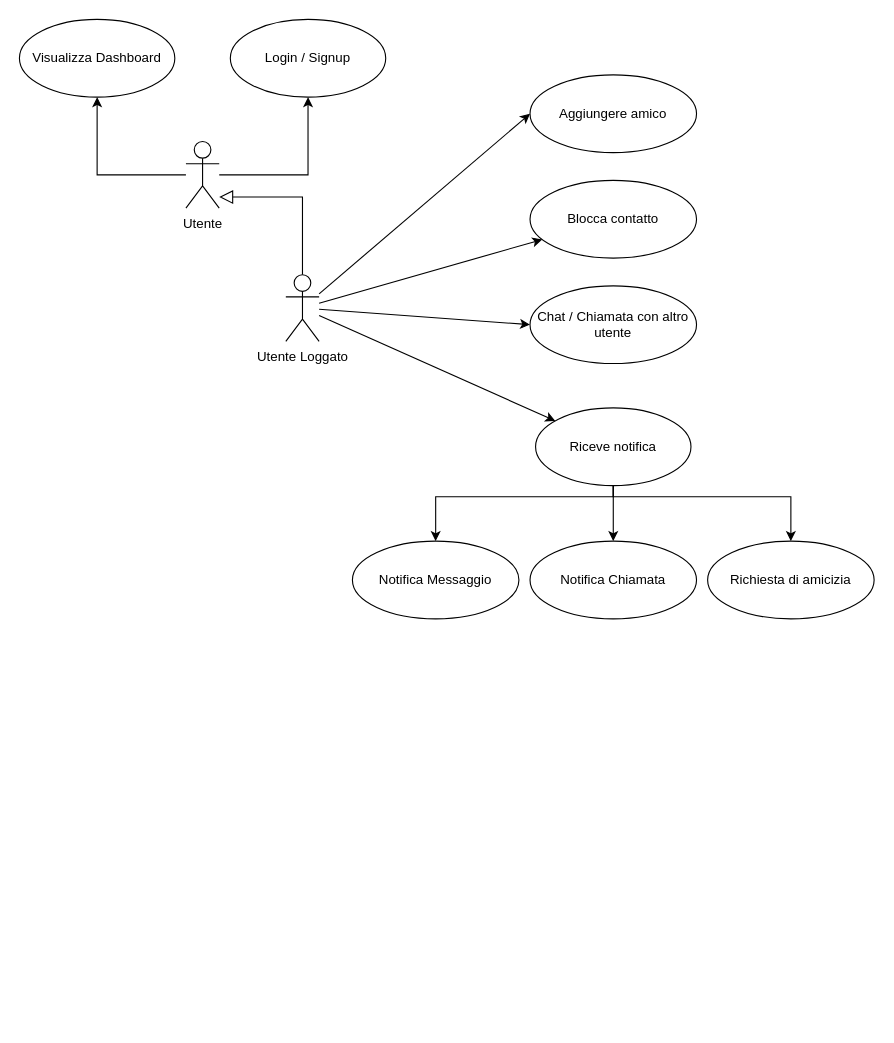
Above: resources/schema.drawio in zucchero-sintattico/piperchat (draw.io), before the change. Source tidied: cells renumbered, new cells numbered last; positions are measured from the earlier drawing's top-left corner, leaving out a move shared by most shapes. Both pictures are drawn from the tidied source at 111%, with x=0, y=0 at pixel (19, 19).
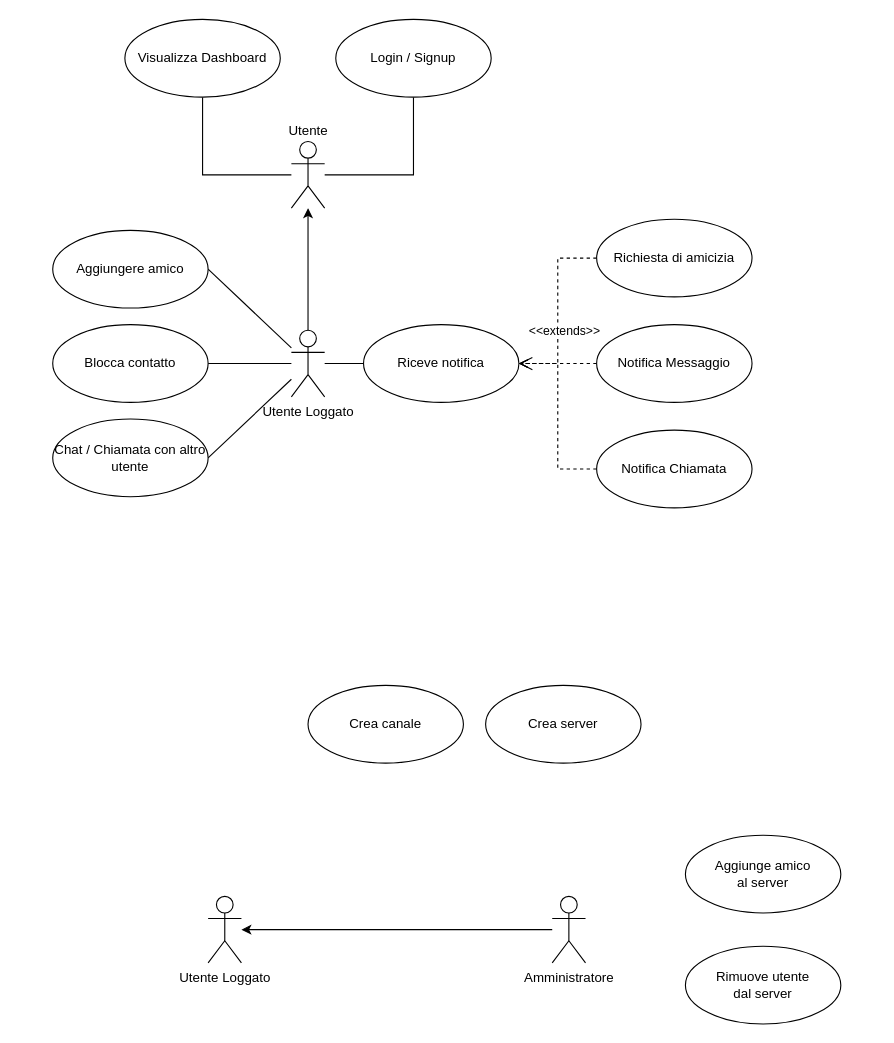
The same diagram, later.

Change to the diagram source:
```diff
@@
-    <mxCell id="2" style="edgeStyle=orthogonalEdgeStyle;rounded=0;jettySize=auto;html=1;endSize=10;endArrow=block;endFill=0;" parent="1" edge="1" source="7" target="12">
-      <mxGeometry relative="1" as="geometry">
-        <Array as="points">
-          <mxPoint x="255" y="160" />
-        </Array>
-      </mxGeometry>
+    <mxCell id="2" style="edgeStyle=orthogonalEdgeStyle;rounded=0;jettySize=auto;html=1;" parent="1" edge="1" source="7" target="12">
+      <mxGeometry relative="1" as="geometry" />
     </mxCell>
-    <mxCell id="3" style="rounded=0;jettySize=auto;html=1;entryX=0;entryY=0.5;entryDx=0;entryDy=0;" parent="1" edge="1" source="7" target="13">
+    <mxCell id="3" style="rounded=0;jettySize=auto;html=1;entryX=1;entryY=0.5;entryDx=0;entryDy=0;startSize=10;endSize=10;endArrow=none;endFill=0;" parent="1" edge="1" source="7" target="13">
       <mxGeometry relative="1" as="geometry" />
     </mxCell>
-    <mxCell id="4" style="rounded=0;jettySize=auto;html=1;" parent="1" edge="1" source="7" target="14">
+    <mxCell id="4" style="rounded=0;jettySize=auto;html=1;startSize=10;endSize=10;endArrow=none;endFill=0;" parent="1" edge="1" source="7" target="14">
       <mxGeometry relative="1" as="geometry" />
     </mxCell>
-    <mxCell id="5" style="rounded=0;jettySize=auto;html=1;entryX=0;entryY=0.5;entryDx=0;entryDy=0;" parent="1" edge="1" source="7" target="15">
+    <mxCell id="5" style="rounded=0;jettySize=auto;html=1;entryX=1;entryY=0.5;entryDx=0;entryDy=0;startSize=10;endSize=10;endArrow=none;endFill=0;" parent="1" edge="1" source="7" target="15">
       <mxGeometry relative="1" as="geometry" />
     </mxCell>
-    <mxCell id="6" style="rounded=0;jettySize=auto;html=1;" parent="1" edge="1" source="7" target="19">
+    <mxCell id="6" style="edgeStyle=orthogonalEdgeStyle;rounded=0;jettySize=auto;html=1;startSize=10;endSize=10;endArrow=none;endFill=0;" parent="1" edge="1" source="7" target="19">
       <mxGeometry relative="1" as="geometry" />
     </mxCell>
     <mxCell id="7" value="Utente Loggato" style="shape=umlActor;verticalLabelPosition=bottom;verticalAlign=top;html=1;outlineConnect=0;" parent="1" vertex="1">
-      <mxGeometry x="240" y="230" width="30" height="60" as="geometry" />
+      <mxGeometry x="245" y="280" width="30" height="60" as="geometry" />
     </mxCell>
-    <mxCell id="8" style="edgeStyle=orthogonalEdgeStyle;rounded=0;jettySize=auto;html=1;" parent="1" edge="1" source="12" target="11">
+    <mxCell id="8" style="edgeStyle=orthogonalEdgeStyle;rounded=0;jettySize=auto;html=1;startSize=10;endSize=10;endArrow=none;endFill=0;" parent="1" edge="1" source="12" target="11">
       <mxGeometry relative="1" as="geometry" />
     </mxCell>
-    <mxCell id="9" style="edgeStyle=orthogonalEdgeStyle;rounded=0;jettySize=auto;html=1;entryX=0.5;entryY=1;entryDx=0;entryDy=0;" parent="1" edge="1" source="12" target="10">
+    <mxCell id="9" style="edgeStyle=orthogonalEdgeStyle;rounded=0;jettySize=auto;html=1;entryX=0.5;entryY=1;entryDx=0;entryDy=0;startSize=10;endSize=10;endArrow=none;endFill=0;" parent="1" edge="1" source="12" target="10">
       <mxGeometry relative="1" as="geometry" />
     </mxCell>
     <mxCell id="10" value="Visualizza Dashboard" style="ellipse;whiteSpace=wrap;html=1;" parent="1" vertex="1">
-      <mxGeometry width="140" height="70" as="geometry" />
+      <mxGeometry x="95" width="140" height="70" as="geometry" />
     </mxCell>
     <mxCell id="11" value="Login / Signup" style="ellipse;whiteSpace=wrap;html=1;" parent="1" vertex="1">
-      <mxGeometry x="190" width="140" height="70" as="geometry" />
+      <mxGeometry x="285" width="140" height="70" as="geometry" />
     </mxCell>
-    <mxCell id="12" value="Utente" style="shape=umlActor;verticalLabelPosition=bottom;verticalAlign=top;html=1;outlineConnect=0;horizontal=1;" parent="1" vertex="1">
-      <mxGeometry x="150" y="110" width="30" height="60" as="geometry" />
+    <mxCell id="12" value="Utente" style="shape=umlActor;verticalLabelPosition=top;verticalAlign=bottom;html=1;outlineConnect=0;horizontal=1;labelPosition=center;align=center;" parent="1" vertex="1">
+      <mxGeometry x="245" y="110" width="30" height="60" as="geometry" />
     </mxCell>
     <mxCell id="13" value="Aggiungere amico" style="ellipse;whiteSpace=wrap;html=1;" parent="1" vertex="1">
-      <mxGeometry x="460" y="50" width="150" height="70" as="geometry" />
+      <mxGeometry x="30" y="190" width="140" height="70" as="geometry" />
     </mxCell>
     <mxCell id="14" value="Blocca contatto" style="ellipse;whiteSpace=wrap;html=1;" parent="1" vertex="1">
-      <mxGeometry x="460" y="145" width="150" height="70" as="geometry" />
+      <mxGeometry x="30" y="275" width="140" height="70" as="geometry" />
     </mxCell>
     <mxCell id="15" value="Chat / Chiamata con altro utente" style="ellipse;whiteSpace=wrap;html=1;" parent="1" vertex="1">
-      <mxGeometry x="460" y="240" width="150" height="70" as="geometry" />
+      <mxGeometry x="30" y="360" width="140" height="70" as="geometry" />
     </mxCell>
-    <mxCell id="16" style="edgeStyle=orthogonalEdgeStyle;rounded=0;jettySize=auto;html=1;" parent="1" edge="1" source="19" target="20">
-      <mxGeometry relative="1" as="geometry">
-        <Array as="points">
-          <mxPoint x="535" y="430" />
-          <mxPoint x="375" y="430" />
-        </Array>
-      </mxGeometry>
-    </mxCell>
-    <mxCell id="17" style="edgeStyle=orthogonalEdgeStyle;rounded=0;jettySize=auto;html=1;" parent="1" edge="1" source="19" target="21">
-      <mxGeometry relative="1" as="geometry" />
-    </mxCell>
-    <mxCell id="18" style="edgeStyle=orthogonalEdgeStyle;rounded=0;jettySize=auto;html=1;" parent="1" edge="1" source="19" target="22">
-      <mxGeometry relative="1" as="geometry">
-        <Array as="points">
-          <mxPoint x="535" y="430" />
-          <mxPoint x="695" y="430" />
-        </Array>
-      </mxGeometry>
-    </mxCell>
     <mxCell id="19" value="Riceve notifica" style="ellipse;whiteSpace=wrap;html=1;" parent="1" vertex="1">
-      <mxGeometry x="465" y="350" width="140" height="70" as="geometry" />
+      <mxGeometry x="310" y="275" width="140" height="70" as="geometry" />
     </mxCell>
+    <mxCell id="23" style="edgeStyle=orthogonalEdgeStyle;rounded=0;jettySize=auto;html=1;endArrow=open;endFill=0;dashed=1;endSize=10;" parent="1" edge="1" source="20" target="19">
+      <mxGeometry relative="1" as="geometry" />
+    </mxCell>
     <mxCell id="20" value="Notifica Messaggio" style="ellipse;whiteSpace=wrap;html=1;" parent="1" vertex="1">
-      <mxGeometry x="300" y="470" width="150" height="70" as="geometry" />
+      <mxGeometry x="520" y="275" width="140" height="70" as="geometry" />
     </mxCell>
+    <mxCell id="24" style="edgeStyle=orthogonalEdgeStyle;rounded=0;jettySize=auto;html=1;entryX=1;entryY=0.5;entryDx=0;entryDy=0;endArrow=open;endFill=0;dashed=1;" parent="1" edge="1" source="21" target="19">
+      <mxGeometry relative="1" as="geometry" />
+    </mxCell>
     <mxCell id="21" value="Notifica Chiamata" style="ellipse;whiteSpace=wrap;html=1;" parent="1" vertex="1">
-      <mxGeometry x="460" y="470" width="150" height="70" as="geometry" />
+      <mxGeometry x="520" y="370" width="140" height="70" as="geometry" />
     </mxCell>
+    <mxCell id="25" style="edgeStyle=orthogonalEdgeStyle;rounded=0;jettySize=auto;html=1;entryX=1;entryY=0.5;entryDx=0;entryDy=0;endArrow=open;endFill=0;dashed=1;" parent="1" edge="1" source="22" target="19">
+      <mxGeometry relative="1" as="geometry" />
+    </mxCell>
+    <mxCell id="26" value="&amp;lt;&amp;lt;extends&amp;gt;&amp;gt;" style="edgeLabel;html=1;align=center;verticalAlign=middle;" parent="25" vertex="1">
+      <mxGeometry x="0.62" y="-3" relative="1" as="geometry">
+        <mxPoint x="9" y="-27" as="offset" />
+      </mxGeometry>
+    </mxCell>
     <mxCell id="22" value="Richiesta di amicizia" style="ellipse;whiteSpace=wrap;html=1;" parent="1" vertex="1">
-      <mxGeometry x="620" y="470" width="150" height="70" as="geometry" />
+      <mxGeometry x="520" y="180" width="140" height="70" as="geometry" />
     </mxCell>
+    <mxCell id="27" style="edgeStyle=orthogonalEdgeStyle;rounded=0;jettySize=auto;html=1;" parent="1" edge="1" source="28" target="30">
+      <mxGeometry relative="1" as="geometry" />
+    </mxCell>
+    <mxCell id="28" value="Amministratore" style="shape=umlActor;verticalLabelPosition=bottom;verticalAlign=top;html=1;outlineConnect=0;horizontal=1;labelPosition=center;align=center;" parent="1" vertex="1">
+      <mxGeometry x="480" y="790" width="30" height="60" as="geometry" />
+    </mxCell>
+    <mxCell id="29" value="Aggiunge amico&lt;br&gt;al server" style="ellipse;whiteSpace=wrap;html=1;" parent="1" vertex="1">
+      <mxGeometry x="600" y="735" width="140" height="70" as="geometry" />
+    </mxCell>
+    <mxCell id="30" value="Utente Loggato" style="shape=umlActor;verticalLabelPosition=bottom;verticalAlign=top;html=1;outlineConnect=0;labelPosition=center;align=center;" parent="1" vertex="1">
+      <mxGeometry x="170" y="790" width="30" height="60" as="geometry" />
+    </mxCell>
+    <mxCell id="31" value="Rimuove utente&lt;br&gt;dal server" style="ellipse;whiteSpace=wrap;html=1;" parent="1" vertex="1">
+      <mxGeometry x="600" y="835" width="140" height="70" as="geometry" />
+    </mxCell>
+    <mxCell id="32" value="Crea canale" style="ellipse;whiteSpace=wrap;html=1;" parent="1" vertex="1">
+      <mxGeometry x="260" y="600" width="140" height="70" as="geometry" />
+    </mxCell>
+    <mxCell id="33" value="Crea server" style="ellipse;whiteSpace=wrap;html=1;" parent="1" vertex="1">
+      <mxGeometry x="420" y="600" width="140" height="70" as="geometry" />
+    </mxCell>
```
